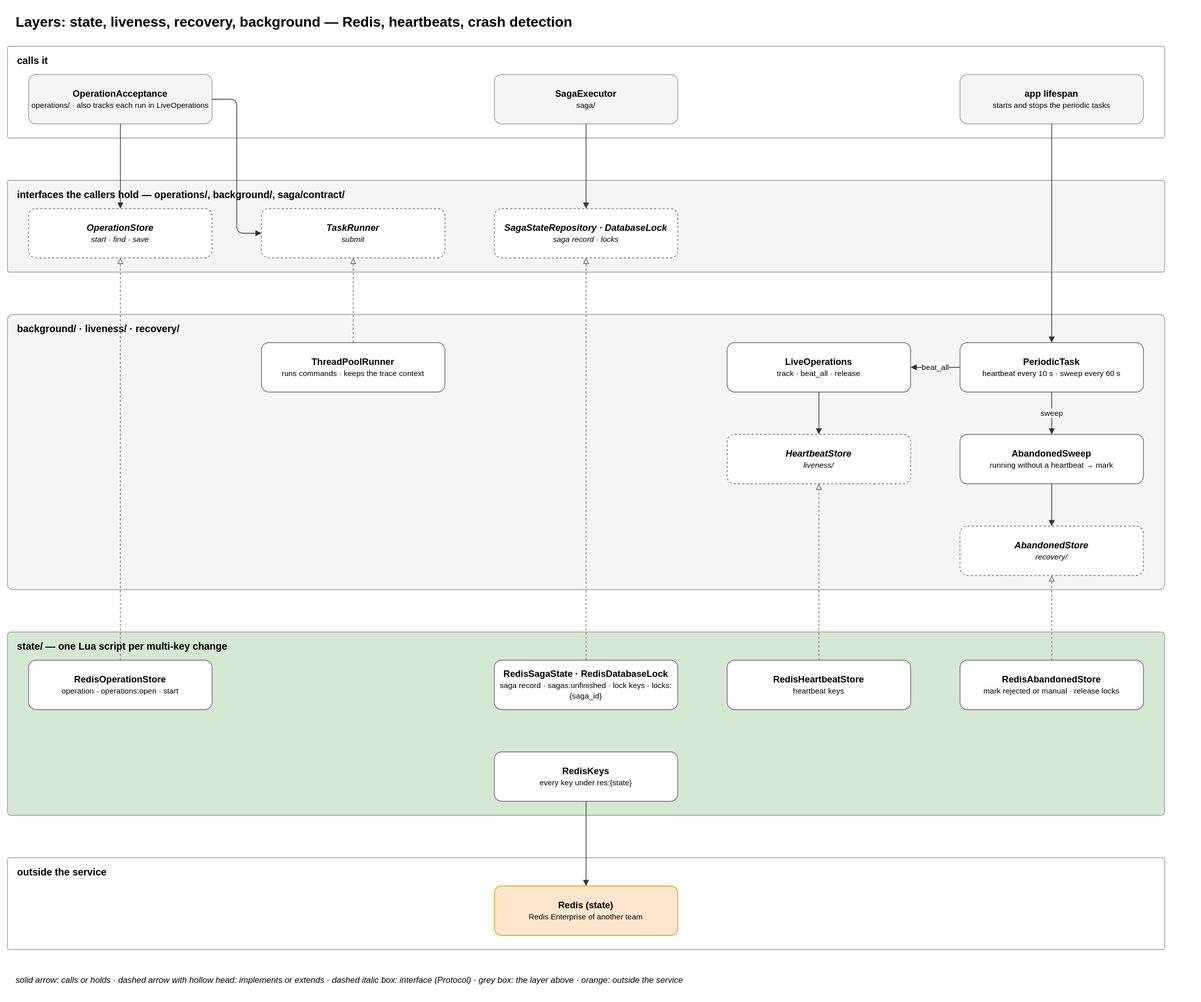
This is docs/diagrams/09-layer-state-liveness-recovery.drawio.svg from EliShteinman/redis-enterprise-services, a draw.io export, as it was before one commit. Source tidied: cells renumbered, new cells last; positions are measured from the earlier drawing's top-left corner, leaving out a move shared by most shapes.
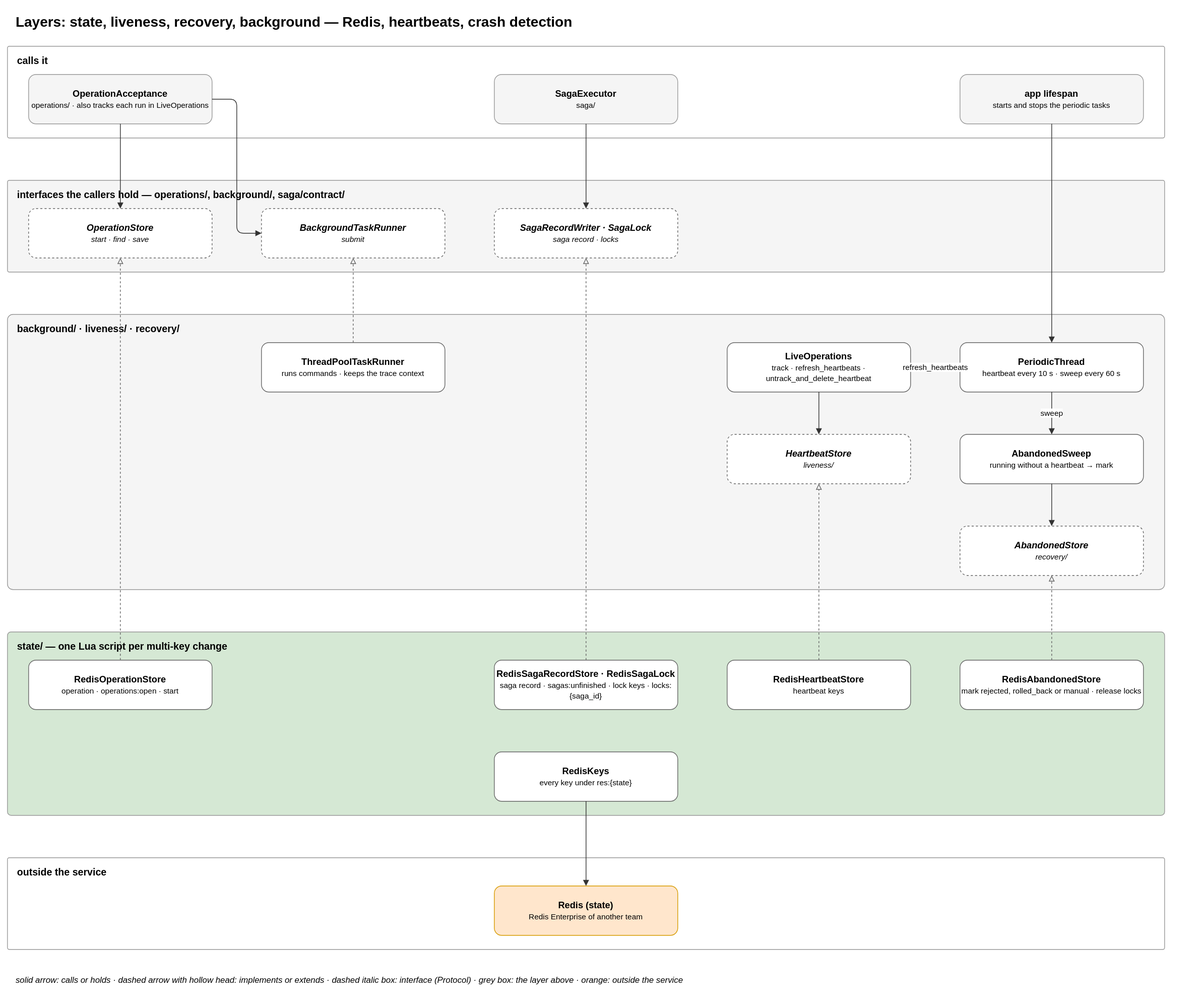
After the commit.

The edit, as a diff of the source:
```diff
@@ -23,22 +23,22 @@
     <mxCell id="8" value="&lt;b&gt;OperationStore&lt;/b&gt;&lt;br&gt;&lt;font style='font-size:11px'&gt;start · find · save&lt;/font&gt;" style="rounded=1;whiteSpace=wrap;html=1;fillColor=#ffffff;strokeColor=#666666;fontSize=13;dashed=1;fontStyle=2;" parent="1" vertex="1">
       <mxGeometry x="30" y="285" width="260" height="70" as="geometry" />
     </mxCell>
-    <mxCell id="9" value="&lt;b&gt;TaskRunner&lt;/b&gt;&lt;br&gt;&lt;font style='font-size:11px'&gt;submit&lt;/font&gt;" style="rounded=1;whiteSpace=wrap;html=1;fillColor=#ffffff;strokeColor=#666666;fontSize=13;dashed=1;fontStyle=2;" parent="1" vertex="1">
+    <mxCell id="9" value="&lt;b&gt;BackgroundTaskRunner&lt;/b&gt;&lt;br&gt;&lt;font style='font-size:11px'&gt;submit&lt;/font&gt;" style="rounded=1;whiteSpace=wrap;html=1;fillColor=#ffffff;strokeColor=#666666;fontSize=13;dashed=1;fontStyle=2;" parent="1" vertex="1">
       <mxGeometry x="360" y="285" width="260" height="70" as="geometry" />
     </mxCell>
-    <mxCell id="10" value="&lt;b&gt;SagaStateRepository · DatabaseLock&lt;/b&gt;&lt;br&gt;&lt;font style='font-size:11px'&gt;saga record · locks&lt;/font&gt;" style="rounded=1;whiteSpace=wrap;html=1;fillColor=#ffffff;strokeColor=#666666;fontSize=13;dashed=1;fontStyle=2;" parent="1" vertex="1">
+    <mxCell id="10" value="&lt;b&gt;SagaRecordWriter · SagaLock&lt;/b&gt;&lt;br&gt;&lt;font style='font-size:11px'&gt;saga record · locks&lt;/font&gt;" style="rounded=1;whiteSpace=wrap;html=1;fillColor=#ffffff;strokeColor=#666666;fontSize=13;dashed=1;fontStyle=2;" parent="1" vertex="1">
       <mxGeometry x="690" y="285" width="260" height="70" as="geometry" />
     </mxCell>
     <mxCell id="11" value="&lt;b&gt;background/ · liveness/ · recovery/&lt;/b&gt;" style="rounded=1;arcSize=2;fillColor=#f5f5f5;strokeColor=#999999;verticalAlign=top;align=left;spacingLeft=12;spacingTop=6;html=1;fontSize=14;" parent="1" vertex="1">
       <mxGeometry y="435" width="1640" height="390" as="geometry" />
     </mxCell>
-    <mxCell id="12" value="&lt;b&gt;ThreadPoolRunner&lt;/b&gt;&lt;br&gt;&lt;font style='font-size:11px'&gt;runs commands · keeps the trace context&lt;/font&gt;" style="rounded=1;whiteSpace=wrap;html=1;fillColor=#ffffff;strokeColor=#666666;fontSize=13;" parent="1" vertex="1">
+    <mxCell id="12" value="&lt;b&gt;ThreadPoolTaskRunner&lt;/b&gt;&lt;br&gt;&lt;font style='font-size:11px'&gt;runs commands · keeps the trace context&lt;/font&gt;" style="rounded=1;whiteSpace=wrap;html=1;fillColor=#ffffff;strokeColor=#666666;fontSize=13;" parent="1" vertex="1">
       <mxGeometry x="360" y="475" width="260" height="70" as="geometry" />
     </mxCell>
-    <mxCell id="13" value="&lt;b&gt;LiveOperations&lt;/b&gt;&lt;br&gt;&lt;font style='font-size:11px'&gt;track · beat_all · release&lt;/font&gt;" style="rounded=1;whiteSpace=wrap;html=1;fillColor=#ffffff;strokeColor=#666666;fontSize=13;" parent="1" vertex="1">
+    <mxCell id="13" value="&lt;b&gt;LiveOperations&lt;/b&gt;&lt;br&gt;&lt;font style='font-size:11px'&gt;track · refresh_heartbeats · untrack_and_delete_heartbeat&lt;/font&gt;" style="rounded=1;whiteSpace=wrap;html=1;fillColor=#ffffff;strokeColor=#666666;fontSize=13;" parent="1" vertex="1">
       <mxGeometry x="1020" y="475" width="260" height="70" as="geometry" />
     </mxCell>
-    <mxCell id="14" value="&lt;b&gt;PeriodicTask&lt;/b&gt;&lt;br&gt;&lt;font style='font-size:11px'&gt;heartbeat every 10 s · sweep every 60 s&lt;/font&gt;" style="rounded=1;whiteSpace=wrap;html=1;fillColor=#ffffff;strokeColor=#666666;fontSize=13;" parent="1" vertex="1">
+    <mxCell id="14" value="&lt;b&gt;PeriodicThread&lt;/b&gt;&lt;br&gt;&lt;font style='font-size:11px'&gt;heartbeat every 10 s · sweep every 60 s&lt;/font&gt;" style="rounded=1;whiteSpace=wrap;html=1;fillColor=#ffffff;strokeColor=#666666;fontSize=13;" parent="1" vertex="1">
       <mxGeometry x="1350" y="475" width="260" height="70" as="geometry" />
     </mxCell>
     <mxCell id="15" value="&lt;b&gt;HeartbeatStore&lt;/b&gt;&lt;br&gt;&lt;font style='font-size:11px'&gt;liveness/&lt;/font&gt;" style="rounded=1;whiteSpace=wrap;html=1;fillColor=#ffffff;strokeColor=#666666;fontSize=13;dashed=1;fontStyle=2;" parent="1" vertex="1">
@@ -56,13 +56,13 @@
     <mxCell id="19" value="&lt;b&gt;RedisOperationStore&lt;/b&gt;&lt;br&gt;&lt;font style='font-size:11px'&gt;operation · operations:open · start&lt;/font&gt;" style="rounded=1;whiteSpace=wrap;html=1;fillColor=#ffffff;strokeColor=#666666;fontSize=13;" parent="1" vertex="1">
       <mxGeometry x="30" y="925" width="260" height="70" as="geometry" />
     </mxCell>
-    <mxCell id="20" value="&lt;b&gt;RedisSagaState · RedisDatabaseLock&lt;/b&gt;&lt;br&gt;&lt;font style='font-size:11px'&gt;saga record · sagas:unfinished · lock keys · locks:{saga_id}&lt;/font&gt;" style="rounded=1;whiteSpace=wrap;html=1;fillColor=#ffffff;strokeColor=#666666;fontSize=13;" parent="1" vertex="1">
+    <mxCell id="20" value="&lt;b&gt;RedisSagaRecordStore · RedisSagaLock&lt;/b&gt;&lt;br&gt;&lt;font style='font-size:11px'&gt;saga record · sagas:unfinished · lock keys · locks:{saga_id}&lt;/font&gt;" style="rounded=1;whiteSpace=wrap;html=1;fillColor=#ffffff;strokeColor=#666666;fontSize=13;" parent="1" vertex="1">
       <mxGeometry x="690" y="925" width="260" height="70" as="geometry" />
     </mxCell>
     <mxCell id="21" value="&lt;b&gt;RedisHeartbeatStore&lt;/b&gt;&lt;br&gt;&lt;font style='font-size:11px'&gt;heartbeat keys&lt;/font&gt;" style="rounded=1;whiteSpace=wrap;html=1;fillColor=#ffffff;strokeColor=#666666;fontSize=13;" parent="1" vertex="1">
       <mxGeometry x="1020" y="925" width="260" height="70" as="geometry" />
     </mxCell>
-    <mxCell id="22" value="&lt;b&gt;RedisAbandonedStore&lt;/b&gt;&lt;br&gt;&lt;font style='font-size:11px'&gt;mark rejected or manual · release locks&lt;/font&gt;" style="rounded=1;whiteSpace=wrap;html=1;fillColor=#ffffff;strokeColor=#666666;fontSize=13;" parent="1" vertex="1">
+    <mxCell id="22" value="&lt;b&gt;RedisAbandonedStore&lt;/b&gt;&lt;br&gt;&lt;font style='font-size:11px'&gt;mark rejected, rolled_back or manual · release locks&lt;/font&gt;" style="rounded=1;whiteSpace=wrap;html=1;fillColor=#ffffff;strokeColor=#666666;fontSize=13;" parent="1" vertex="1">
       <mxGeometry x="1350" y="925" width="260" height="70" as="geometry" />
     </mxCell>
     <mxCell id="23" value="&lt;b&gt;RedisKeys&lt;/b&gt;&lt;br&gt;&lt;font style='font-size:11px'&gt;every key under res:{state}&lt;/font&gt;" style="rounded=1;whiteSpace=wrap;html=1;fillColor=#ffffff;strokeColor=#666666;fontSize=13;" parent="1" vertex="1">
```
